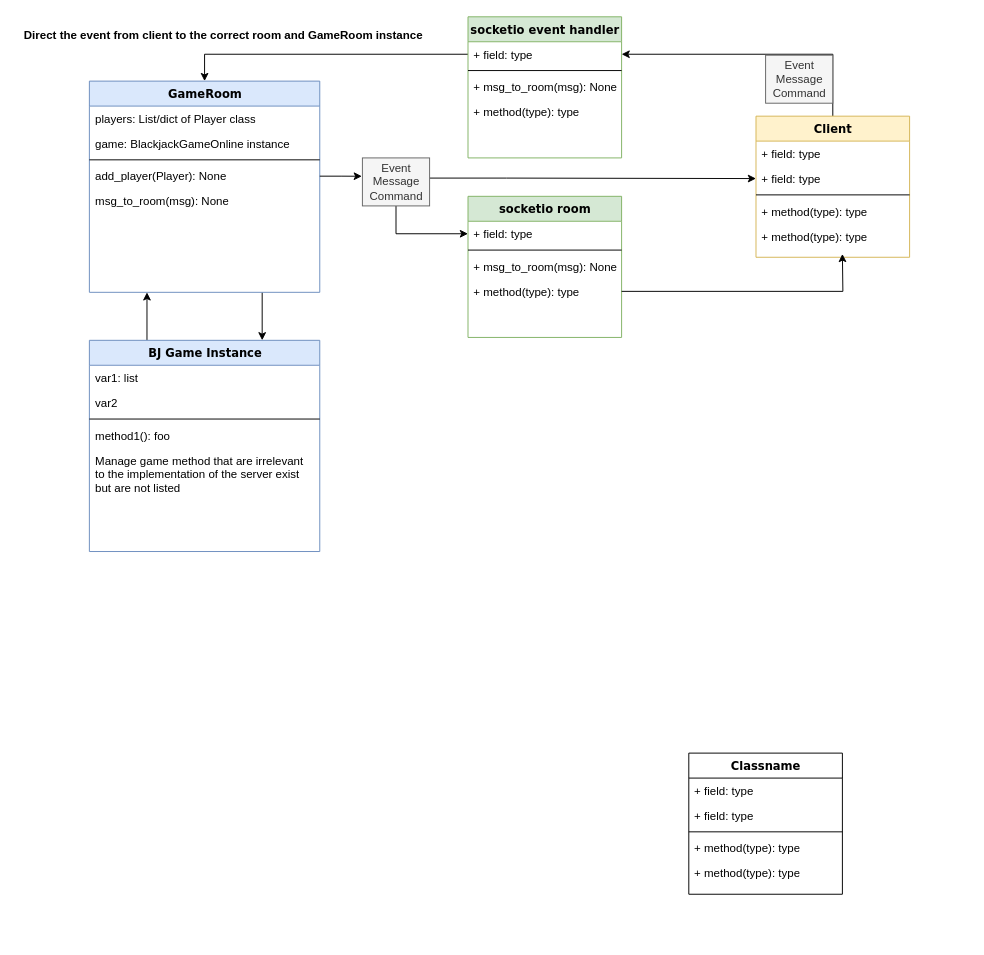
Before: Untitled Diagram.drawio in yuv-c/Blackjack-game, a draw.io diagram. Source tidied: cells renumbered, new cells numbered last; positions are measured from the earlier drawing's top-left corner, leaving out a move shared by most shapes. Both pictures are drawn from the tidied source at 96%, with x=0, y=0 at pixel (16, 16).
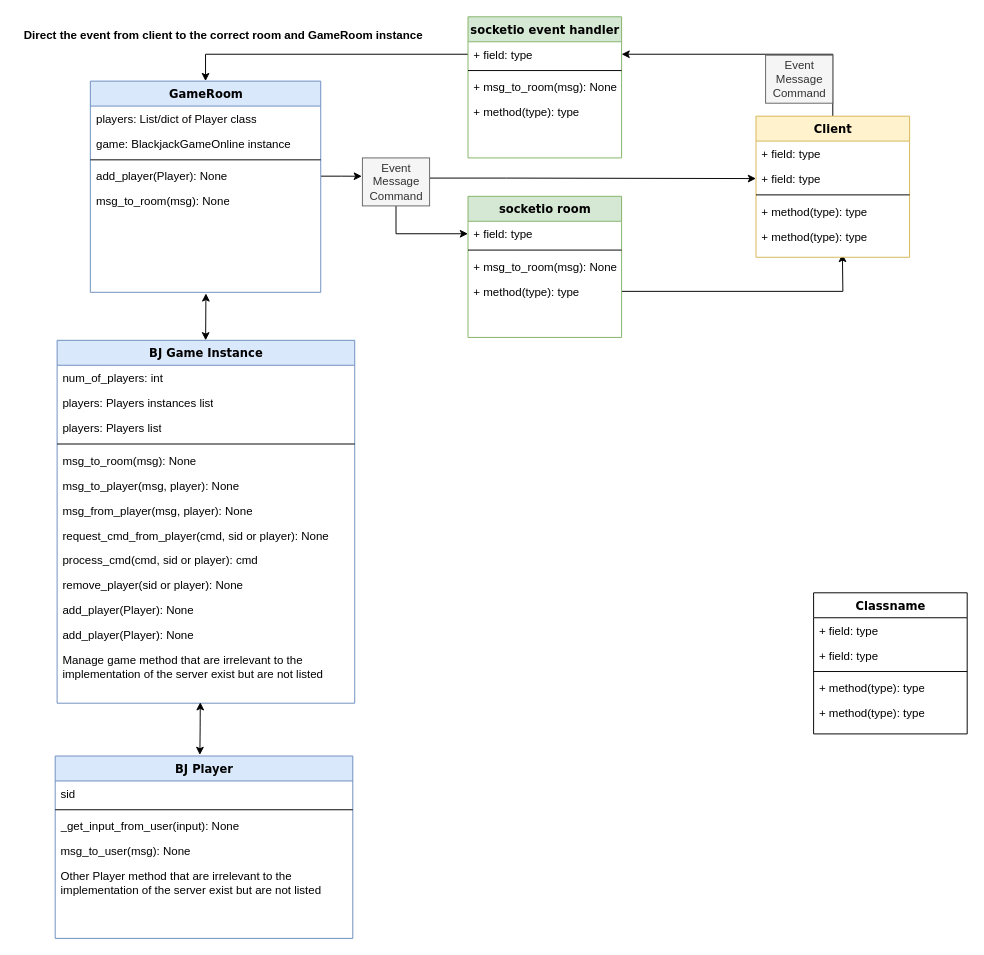
After the change.

The change refers to these unchanged cells:
```xml
<mxCell id="26" value="+ field: type" style="text;html=1;strokeColor=none;fillColor=none;align=left;verticalAlign=top;spacingLeft=4;spacingRight=4;whiteSpace=wrap;overflow=hidden;points=[[0,0.5],[1,0.5]];portConstraint=eastwest;" parent="24" vertex="1">
  <mxGeometry y="52" width="160" height="26" as="geometry" />
</mxCell>
<mxCell id="38" value="add_player(Player): None" style="text;html=1;strokeColor=none;fillColor=none;align=left;verticalAlign=top;spacingLeft=4;spacingRight=4;whiteSpace=wrap;overflow=hidden;points=[[0,0.5],[1,0.5]];portConstraint=eastwest;" parent="34" vertex="1">
  <mxGeometry y="86" width="240" height="26" as="geometry" />
</mxCell>
```

What changed in the source:
```diff
@@
-    <mxCell id="3" value="socketio room" style="swimlane;html=1;fontStyle=1;align=center;verticalAlign=top;horizontal=1;startSize=26;swimlaneFillColor=#ffffff;rounded=0;shadow=0;comic=0;labelBackgroundColor=none;strokeWidth=1;fillColor=#d5e8d4;fontFamily=Verdana;fontSize=12;strokeColor=#82b366;" parent="1" vertex="1">
-      <mxGeometry x="470" y="187" width="160" height="147" as="geometry" />
-    </mxCell>
-    <mxCell id="4" value="+ field: type" style="text;html=1;strokeColor=none;fillColor=none;align=left;verticalAlign=top;spacingLeft=4;spacingRight=4;whiteSpace=wrap;overflow=hidden;points=[[0,0.5],[1,0.5]];portConstraint=eastwest;" parent="3" vertex="1">
-      <mxGeometry y="26" width="160" height="26" as="geometry" />
-    </mxCell>
-    <mxCell id="5" style="line;html=1;strokeWidth=1;fillColor=none;align=left;verticalAlign=middle;spacingTop=-1;spacingLeft=3;spacingRight=3;labelPosition=right;" parent="3" vertex="1">
-      <mxGeometry y="52" width="160" height="8" as="geometry" />
-    </mxCell>
-    <mxCell id="6" value="+ msg_to_room(msg): None" style="text;html=1;strokeColor=none;fillColor=none;align=left;verticalAlign=top;spacingLeft=4;spacingRight=4;whiteSpace=wrap;overflow=hidden;" parent="3" vertex="1">
-      <mxGeometry y="60" width="160" height="26" as="geometry" />
-    </mxCell>
-    <mxCell id="7" value="+ method(type): type" style="text;html=1;strokeColor=none;fillColor=none;align=left;verticalAlign=top;spacingLeft=4;spacingRight=4;whiteSpace=wrap;overflow=hidden;points=[[0,0.5],[1,0.5]];portConstraint=eastwest;" parent="3" vertex="1">
-      <mxGeometry y="86" width="160" height="26" as="geometry" />
-    </mxCell>
     <mxCell id="8" value="Classname" style="swimlane;html=1;fontStyle=1;align=center;verticalAlign=top;horizontal=1;startSize=26;swimlaneFillColor=#ffffff;rounded=0;shadow=0;comic=0;labelBackgroundColor=none;strokeWidth=1;fillColor=none;fontFamily=Verdana;fontSize=12;" parent="1" vertex="1">
-      <mxGeometry x="700" y="767" width="160" height="147" as="geometry" />
+      <mxGeometry x="830" y="600" width="160" height="147" as="geometry" />
     </mxCell>
@@
-    <mxCell id="14" style="edgeStyle=orthogonalEdgeStyle;rounded=0;jettySize=auto;html=1;exitX=0.75;exitY=1;exitDx=0;exitDy=0;entryX=0.75;entryY=0;entryDx=0;entryDy=0;" parent="1" edge="1" source="34" target="40">
-      <mxGeometry relative="1" as="geometry" />
-    </mxCell>
-    <mxCell id="15" style="edgeStyle=orthogonalEdgeStyle;rounded=0;jettySize=auto;html=1;exitX=0.25;exitY=0;exitDx=0;exitDy=0;entryX=0.25;entryY=1;entryDx=0;entryDy=0;" parent="1" edge="1" source="40" target="34">
-      <mxGeometry relative="1" as="geometry" />
-    </mxCell>
@@
+    <mxCell id="30" style="edgeStyle=orthogonalEdgeStyle;rounded=0;jettySize=auto;html=1;exitX=1;exitY=0.5;exitDx=0;exitDy=0;" parent="1" edge="1" source="7">
+      <mxGeometry relative="1" as="geometry">
+        <mxPoint x="860" y="247" as="targetPoint" />
+      </mxGeometry>
+    </mxCell>
+    <mxCell id="31" style="edgeStyle=orthogonalEdgeStyle;rounded=0;jettySize=auto;html=1;entryX=0;entryY=0.5;entryDx=0;entryDy=0;" parent="1" edge="1" source="33" target="26">
+      <mxGeometry relative="1" as="geometry">
+        <Array as="points">
+          <mxPoint x="510" y="168" />
+          <mxPoint x="510" y="168" />
+        </Array>
+      </mxGeometry>
+    </mxCell>
+    <mxCell id="32" style="edgeStyle=orthogonalEdgeStyle;rounded=0;jettySize=auto;html=1;entryX=0;entryY=0.5;entryDx=0;entryDy=0;" parent="1" edge="1" source="33" target="4">
+      <mxGeometry relative="1" as="geometry" />
+    </mxCell>
+    <mxCell id="33" value="Event&lt;br&gt;Message&lt;br&gt;Command" style="text;html=1;align=center;verticalAlign=middle;points=[];fillColor=#f5f5f5;strokeColor=#666666;fontColor=#333333;" parent="1" vertex="1">
+      <mxGeometry x="360" y="147" width="70" height="50" as="geometry" />
+    </mxCell>
+    <mxCell id="46" style="edgeStyle=orthogonalEdgeStyle;rounded=0;jettySize=auto;html=1;exitX=1;exitY=0.5;exitDx=0;exitDy=0;entryX=-0.008;entryY=0.382;entryDx=0;entryDy=0;entryPerimeter=0;" parent="1" edge="1" source="38" target="33">
+      <mxGeometry relative="1" as="geometry" />
+    </mxCell>
+    <mxCell id="3" value="socketio room" style="swimlane;html=1;fontStyle=1;align=center;verticalAlign=top;horizontal=1;startSize=26;swimlaneFillColor=#ffffff;rounded=0;shadow=0;comic=0;labelBackgroundColor=none;strokeWidth=1;fillColor=#d5e8d4;fontFamily=Verdana;fontSize=12;strokeColor=#82b366;" parent="1" vertex="1">
+      <mxGeometry x="470" y="187" width="160" height="147" as="geometry" />
+    </mxCell>
+    <mxCell id="4" value="+ field: type" style="text;html=1;strokeColor=none;fillColor=none;align=left;verticalAlign=top;spacingLeft=4;spacingRight=4;whiteSpace=wrap;overflow=hidden;points=[[0,0.5],[1,0.5]];portConstraint=eastwest;" parent="3" vertex="1">
+      <mxGeometry y="26" width="160" height="26" as="geometry" />
+    </mxCell>
+    <mxCell id="5" style="line;html=1;strokeWidth=1;fillColor=none;align=left;verticalAlign=middle;spacingTop=-1;spacingLeft=3;spacingRight=3;labelPosition=right;" parent="3" vertex="1">
+      <mxGeometry y="52" width="160" height="8" as="geometry" />
+    </mxCell>
+    <mxCell id="6" value="+ msg_to_room(msg): None" style="text;html=1;strokeColor=none;fillColor=none;align=left;verticalAlign=top;spacingLeft=4;spacingRight=4;whiteSpace=wrap;overflow=hidden;" parent="3" vertex="1">
+      <mxGeometry y="60" width="160" height="26" as="geometry" />
+    </mxCell>
+    <mxCell id="7" value="+ method(type): type" style="text;html=1;strokeColor=none;fillColor=none;align=left;verticalAlign=top;spacingLeft=4;spacingRight=4;whiteSpace=wrap;overflow=hidden;points=[[0,0.5],[1,0.5]];portConstraint=eastwest;" parent="3" vertex="1">
+      <mxGeometry y="86" width="160" height="26" as="geometry" />
+    </mxCell>
@@
-    <mxCell id="30" style="edgeStyle=orthogonalEdgeStyle;rounded=0;jettySize=auto;html=1;exitX=1;exitY=0.5;exitDx=0;exitDy=0;" parent="1" edge="1" source="7">
-      <mxGeometry relative="1" as="geometry">
-        <mxPoint x="860" y="247" as="targetPoint" />
-      </mxGeometry>
-    </mxCell>
-    <mxCell id="31" style="edgeStyle=orthogonalEdgeStyle;rounded=0;jettySize=auto;html=1;entryX=0;entryY=0.5;entryDx=0;entryDy=0;" parent="1" edge="1" source="33" target="26">
-      <mxGeometry relative="1" as="geometry">
-        <Array as="points">
-          <mxPoint x="510" y="168" />
-          <mxPoint x="510" y="168" />
-        </Array>
-      </mxGeometry>
-    </mxCell>
-    <mxCell id="32" style="edgeStyle=orthogonalEdgeStyle;rounded=0;jettySize=auto;html=1;entryX=0;entryY=0.5;entryDx=0;entryDy=0;" parent="1" edge="1" source="33" target="4">
-      <mxGeometry relative="1" as="geometry" />
-    </mxCell>
-    <mxCell id="33" value="Event&lt;br&gt;Message&lt;br&gt;Command" style="text;html=1;align=center;verticalAlign=middle;points=[];fillColor=#f5f5f5;strokeColor=#666666;fontColor=#333333;" parent="1" vertex="1">
-      <mxGeometry x="360" y="147" width="70" height="50" as="geometry" />
-    </mxCell>
     <mxCell id="34" value="GameRoom" style="swimlane;html=1;fontStyle=1;align=center;verticalAlign=top;horizontal=1;startSize=26;swimlaneFillColor=#ffffff;rounded=0;shadow=0;comic=0;labelBackgroundColor=none;strokeWidth=1;fillColor=#dae8fc;fontFamily=Verdana;fontSize=12;strokeColor=#6c8ebf;" parent="1" vertex="1">
-      <mxGeometry x="75.6" y="67" width="240" height="220" as="geometry" />
+      <mxGeometry x="76.6" y="67" width="240" height="220" as="geometry" />
     </mxCell>
@@
     <mxCell id="40" value="BJ Game Instance" style="swimlane;html=1;fontStyle=1;align=center;verticalAlign=top;horizontal=1;startSize=26;swimlaneFillColor=#ffffff;rounded=0;shadow=0;comic=0;labelBackgroundColor=none;strokeWidth=1;fillColor=#dae8fc;fontFamily=Verdana;fontSize=12;strokeColor=#6c8ebf;" parent="1" vertex="1">
-      <mxGeometry x="75.6" y="337" width="240" height="220" as="geometry" />
+      <mxGeometry x="42" y="337" width="310" height="378" as="geometry" />
     </mxCell>
-    <mxCell id="41" value="var1: list" style="text;html=1;strokeColor=none;fillColor=none;align=left;verticalAlign=top;spacingLeft=4;spacingRight=4;whiteSpace=wrap;overflow=hidden;" parent="40" vertex="1">
-      <mxGeometry y="26" width="240" height="26" as="geometry" />
+    <mxCell id="41" value="num_of_players: int" style="text;html=1;strokeColor=none;fillColor=none;align=left;verticalAlign=top;spacingLeft=4;spacingRight=4;whiteSpace=wrap;overflow=hidden;" parent="40" vertex="1">
+      <mxGeometry y="26" width="310" height="26" as="geometry" />
     </mxCell>
+    <mxCell id="47" value="players: Players instances list" style="text;html=1;strokeColor=none;fillColor=none;align=left;verticalAlign=top;spacingLeft=4;spacingRight=4;whiteSpace=wrap;overflow=hidden;" parent="40" vertex="1">
+      <mxGeometry y="52" width="310" height="26" as="geometry" />
+    </mxCell>
-    <mxCell id="42" value="var2&amp;nbsp;" style="text;html=1;strokeColor=none;fillColor=none;align=left;verticalAlign=top;spacingLeft=4;spacingRight=4;whiteSpace=wrap;overflow=hidden;" parent="40" vertex="1">
-      <mxGeometry y="52" width="240" height="26" as="geometry" />
+    <mxCell id="42" value="players: Players list" style="text;html=1;strokeColor=none;fillColor=none;align=left;verticalAlign=top;spacingLeft=4;spacingRight=4;whiteSpace=wrap;overflow=hidden;" parent="40" vertex="1">
+      <mxGeometry y="78" width="310" height="26" as="geometry" />
     </mxCell>
     <mxCell id="43" style="line;html=1;strokeWidth=1;fillColor=none;align=left;verticalAlign=middle;spacingTop=-1;spacingLeft=3;spacingRight=3;labelPosition=right;" parent="40" vertex="1">
-      <mxGeometry y="78" width="240" height="8" as="geometry" />
+      <mxGeometry y="104" width="310" height="8" as="geometry" />
     </mxCell>
-    <mxCell id="44" value="method1(): foo" style="text;html=1;strokeColor=none;fillColor=none;align=left;verticalAlign=top;spacingLeft=4;spacingRight=4;whiteSpace=wrap;overflow=hidden;" parent="40" vertex="1">
-      <mxGeometry y="86" width="240" height="26" as="geometry" />
+    <mxCell id="44" value="msg_to_room(msg): None" style="text;html=1;strokeColor=none;fillColor=none;align=left;verticalAlign=top;spacingLeft=4;spacingRight=4;whiteSpace=wrap;overflow=hidden;" parent="40" vertex="1">
+      <mxGeometry y="112" width="310" height="26" as="geometry" />
     </mxCell>
+    <mxCell id="48" value="msg_to_player(msg, player): None" style="text;html=1;strokeColor=none;fillColor=none;align=left;verticalAlign=top;spacingLeft=4;spacingRight=4;whiteSpace=wrap;overflow=hidden;" parent="40" vertex="1">
+      <mxGeometry y="138" width="310" height="26" as="geometry" />
+    </mxCell>
+    <mxCell id="49" value="msg_from_player(msg, player): None" style="text;html=1;strokeColor=none;fillColor=none;align=left;verticalAlign=top;spacingLeft=4;spacingRight=4;whiteSpace=wrap;overflow=hidden;" parent="40" vertex="1">
+      <mxGeometry y="164" width="310" height="26" as="geometry" />
+    </mxCell>
+    <mxCell id="50" value="request_cmd_from_player(cmd, sid or player): None&amp;nbsp;" style="text;html=1;strokeColor=none;fillColor=none;align=left;verticalAlign=top;spacingLeft=4;spacingRight=4;whiteSpace=wrap;overflow=hidden;" parent="40" vertex="1">
+      <mxGeometry y="190" width="310" height="26" as="geometry" />
+    </mxCell>
+    <mxCell id="51" value="process_cmd(cmd, sid or player): cmd&amp;nbsp;" style="text;html=1;strokeColor=none;fillColor=none;align=left;verticalAlign=top;spacingLeft=4;spacingRight=4;whiteSpace=wrap;overflow=hidden;" parent="40" vertex="1">
+      <mxGeometry y="216" width="310" height="26" as="geometry" />
+    </mxCell>
+    <mxCell id="52" value="remove_player(sid or player): None" style="text;html=1;strokeColor=none;fillColor=none;align=left;verticalAlign=top;spacingLeft=4;spacingRight=4;whiteSpace=wrap;overflow=hidden;" parent="40" vertex="1">
+      <mxGeometry y="242" width="310" height="26" as="geometry" />
+    </mxCell>
+    <mxCell id="53" value="add_player(Player): None" style="text;html=1;strokeColor=none;fillColor=none;align=left;verticalAlign=top;spacingLeft=4;spacingRight=4;whiteSpace=wrap;overflow=hidden;" parent="40" vertex="1">
+      <mxGeometry y="268" width="310" height="26" as="geometry" />
+    </mxCell>
+    <mxCell id="54" value="add_player(Player): None" style="text;html=1;strokeColor=none;fillColor=none;align=left;verticalAlign=top;spacingLeft=4;spacingRight=4;whiteSpace=wrap;overflow=hidden;" parent="40" vertex="1">
+      <mxGeometry y="294" width="310" height="26" as="geometry" />
+    </mxCell>
     <mxCell id="45" value="Manage game method that are irrelevant to the implementation of the server exist but are not listed" style="text;html=1;strokeColor=none;fillColor=none;align=left;verticalAlign=top;spacingLeft=4;spacingRight=4;whiteSpace=wrap;overflow=hidden;points=[[0,0.5],[1,0.5]];portConstraint=eastwest;" parent="40" vertex="1">
-      <mxGeometry y="112" width="240" height="58" as="geometry" />
+      <mxGeometry y="320" width="310" height="58" as="geometry" />
     </mxCell>
-    <mxCell id="46" style="edgeStyle=orthogonalEdgeStyle;rounded=0;jettySize=auto;html=1;exitX=1;exitY=0.5;exitDx=0;exitDy=0;entryX=-0.008;entryY=0.382;entryDx=0;entryDy=0;entryPerimeter=0;" parent="1" edge="1" source="38" target="33">
-      <mxGeometry relative="1" as="geometry" />
-    </mxCell>
+    <mxCell id="55" value="BJ Player" style="swimlane;html=1;fontStyle=1;align=center;verticalAlign=top;horizontal=1;startSize=26;swimlaneFillColor=#ffffff;rounded=0;shadow=0;comic=0;labelBackgroundColor=none;strokeWidth=1;fillColor=#dae8fc;fontFamily=Verdana;fontSize=12;strokeColor=#6c8ebf;" parent="1" vertex="1">
+      <mxGeometry x="40" y="770" width="310" height="190" as="geometry" />
+    </mxCell>
+    <mxCell id="56" value="sid" style="text;html=1;strokeColor=none;fillColor=none;align=left;verticalAlign=top;spacingLeft=4;spacingRight=4;whiteSpace=wrap;overflow=hidden;" parent="55" vertex="1">
+      <mxGeometry y="26" width="310" height="26" as="geometry" />
+    </mxCell>
+    <mxCell id="57" style="line;html=1;strokeWidth=1;fillColor=none;align=left;verticalAlign=middle;spacingTop=-1;spacingLeft=3;spacingRight=3;labelPosition=right;" parent="55" vertex="1">
+      <mxGeometry y="52" width="310" height="8" as="geometry" />
+    </mxCell>
+    <mxCell id="58" value="_get_input_from_user(input): None" style="text;html=1;strokeColor=none;fillColor=none;align=left;verticalAlign=top;spacingLeft=4;spacingRight=4;whiteSpace=wrap;overflow=hidden;" parent="55" vertex="1">
+      <mxGeometry y="60" width="310" height="26" as="geometry" />
+    </mxCell>
+    <mxCell id="59" value="msg_to_user(msg): None" style="text;html=1;strokeColor=none;fillColor=none;align=left;verticalAlign=top;spacingLeft=4;spacingRight=4;whiteSpace=wrap;overflow=hidden;" parent="55" vertex="1">
+      <mxGeometry y="86" width="310" height="26" as="geometry" />
+    </mxCell>
+    <mxCell id="60" value="Other Player method that are irrelevant to the implementation of the server exist but are not listed" style="text;html=1;strokeColor=none;fillColor=none;align=left;verticalAlign=top;spacingLeft=4;spacingRight=4;whiteSpace=wrap;overflow=hidden;" parent="55" vertex="1">
+      <mxGeometry y="112" width="310" height="58" as="geometry" />
+    </mxCell>
+    <mxCell id="61" style="endArrow=classic;startArrow=classic;html=1;exitX=0.515;exitY=-0.003;exitDx=0;exitDy=0;exitPerimeter=0;entryX=0.481;entryY=0.983;entryDx=0;entryDy=0;entryPerimeter=0;" parent="1" edge="1" target="45">
+      <mxGeometry relative="1" as="geometry">
+        <mxPoint x="190.7" y="768.9" as="sourcePoint" />
+        <Array as="points">
+          <mxPoint x="191" y="740" />
+        </Array>
+      </mxGeometry>
+    </mxCell>
+    <mxCell id="62" style="endArrow=classic;startArrow=classic;html=1;exitX=0.515;exitY=-0.003;exitDx=0;exitDy=0;exitPerimeter=0;" parent="1" edge="1">
+      <mxGeometry relative="1" as="geometry">
+        <mxPoint x="196.7" y="337" as="sourcePoint" />
+        <mxPoint x="197" y="288.1" as="targetPoint" />
+      </mxGeometry>
+    </mxCell>
```
